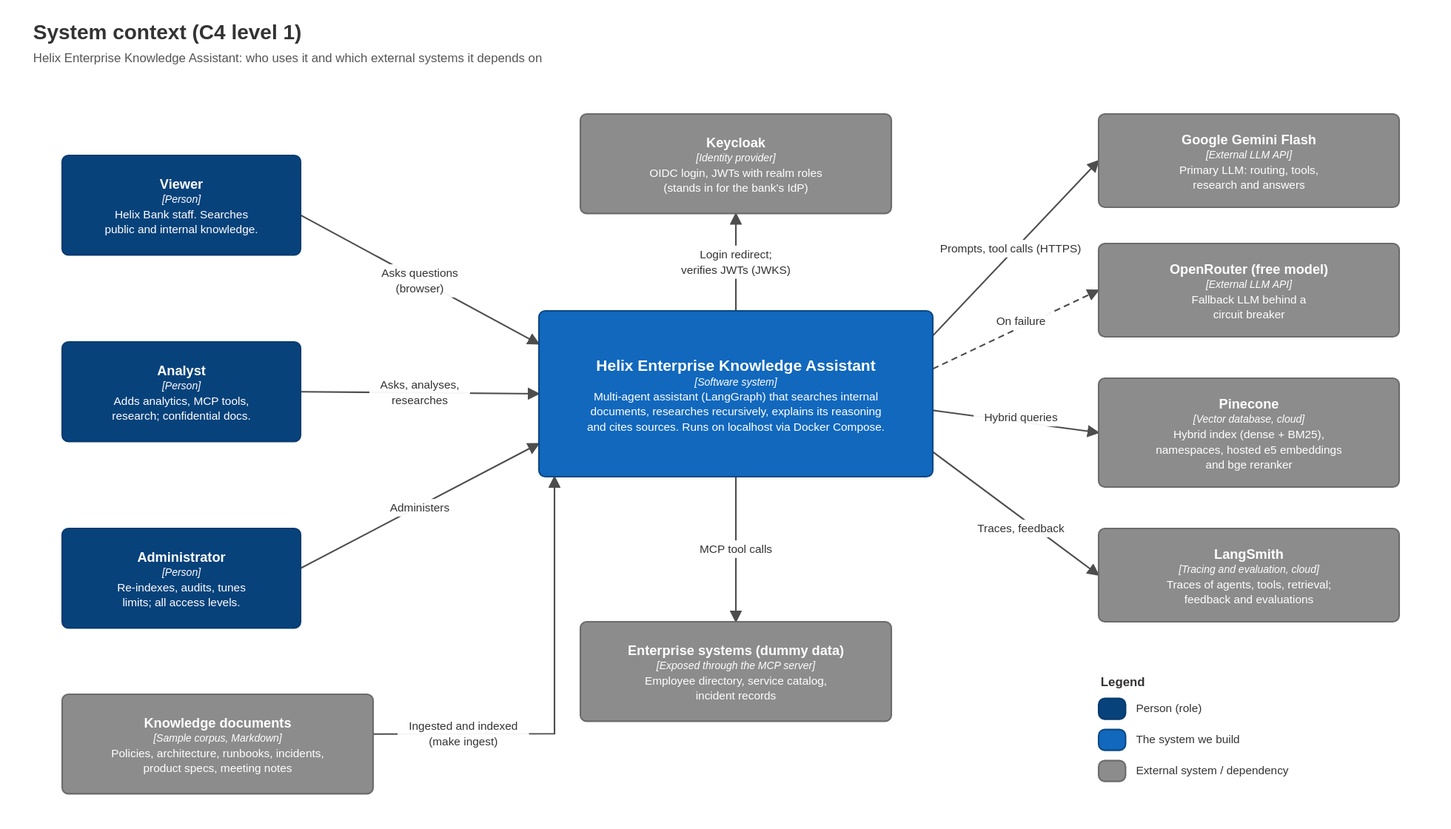
madukawala/enterprise-knowledge-agent keeps this draw.io diagram as docs/architecture/01-system-context.drawio.svg. Above is the earlier version. Source tidied: cells renumbered, new cells last; positions are measured from the earlier drawing's top-left corner, leaving out a move shared by most shapes.
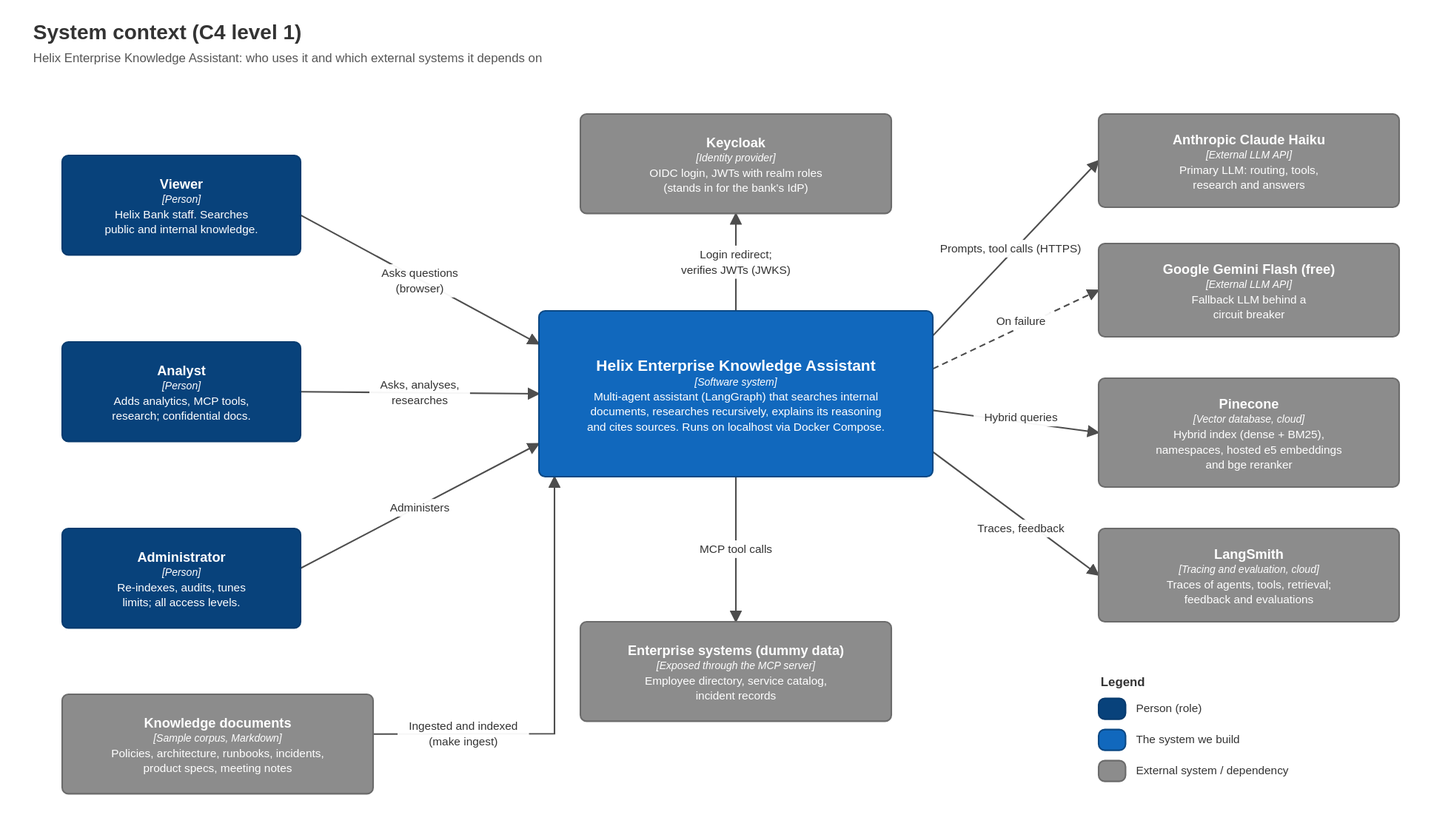
Above is the later version.

Change to the diagram source:
```diff
@@ -23,10 +23,10 @@
     <mxCell id="8" value="&lt;b&gt;Keycloak&lt;/b&gt;&lt;br&gt;&lt;i&gt;&lt;span style=&quot;font-size:10px&quot;&gt;[Identity provider]&lt;/span&gt;&lt;/i&gt;&lt;br&gt;&lt;span style=&quot;font-size:11px&quot;&gt;OIDC login, JWTs with realm roles&lt;br&gt;(stands in for the bank's IdP)&lt;/span&gt;" style="html=1;whiteSpace=wrap;fontFamily=Helvetica;fontSize=13;fontColor=#FFFFFF;rounded=1;absoluteArcSize=1;arcSize=12;fillColor=#8C8C8C;strokeColor=#6B6B6B;strokeWidth=1.5;align=center;" parent="1" vertex="1">
       <mxGeometry x="530" y="92" width="300" height="96" as="geometry" />
     </mxCell>
-    <mxCell id="9" value="&lt;b&gt;Google Gemini Flash&lt;/b&gt;&lt;br&gt;&lt;i&gt;&lt;span style=&quot;font-size:10px&quot;&gt;[External LLM API]&lt;/span&gt;&lt;/i&gt;&lt;br&gt;&lt;span style=&quot;font-size:11px&quot;&gt;Primary LLM: routing, tools,&lt;br&gt;research and answers&lt;/span&gt;" style="html=1;whiteSpace=wrap;fontFamily=Helvetica;fontSize=13;fontColor=#FFFFFF;rounded=1;absoluteArcSize=1;arcSize=12;fillColor=#8C8C8C;strokeColor=#6B6B6B;strokeWidth=1.5;align=center;" parent="1" vertex="1">
+    <mxCell id="9" value="&lt;b&gt;Anthropic Claude Haiku&lt;/b&gt;&lt;br&gt;&lt;i&gt;&lt;span style=&quot;font-size:10px&quot;&gt;[External LLM API]&lt;/span&gt;&lt;/i&gt;&lt;br&gt;&lt;span style=&quot;font-size:11px&quot;&gt;Primary LLM: routing, tools,&lt;br&gt;research and answers&lt;/span&gt;" style="html=1;whiteSpace=wrap;fontFamily=Helvetica;fontSize=13;fontColor=#FFFFFF;rounded=1;absoluteArcSize=1;arcSize=12;fillColor=#8C8C8C;strokeColor=#6B6B6B;strokeWidth=1.5;align=center;" parent="1" vertex="1">
       <mxGeometry x="1030" y="92" width="290" height="90" as="geometry" />
     </mxCell>
-    <mxCell id="10" value="&lt;b&gt;OpenRouter (free model)&lt;/b&gt;&lt;br&gt;&lt;i&gt;&lt;span style=&quot;font-size:10px&quot;&gt;[External LLM API]&lt;/span&gt;&lt;/i&gt;&lt;br&gt;&lt;span style=&quot;font-size:11px&quot;&gt;Fallback LLM behind a&lt;br&gt;circuit breaker&lt;/span&gt;" style="html=1;whiteSpace=wrap;fontFamily=Helvetica;fontSize=13;fontColor=#FFFFFF;rounded=1;absoluteArcSize=1;arcSize=12;fillColor=#8C8C8C;strokeColor=#6B6B6B;strokeWidth=1.5;align=center;" parent="1" vertex="1">
+    <mxCell id="10" value="&lt;b&gt;Google Gemini Flash (free)&lt;/b&gt;&lt;br&gt;&lt;i&gt;&lt;span style=&quot;font-size:10px&quot;&gt;[External LLM API]&lt;/span&gt;&lt;/i&gt;&lt;br&gt;&lt;span style=&quot;font-size:11px&quot;&gt;Fallback LLM behind a&lt;br&gt;circuit breaker&lt;/span&gt;" style="html=1;whiteSpace=wrap;fontFamily=Helvetica;fontSize=13;fontColor=#FFFFFF;rounded=1;absoluteArcSize=1;arcSize=12;fillColor=#8C8C8C;strokeColor=#6B6B6B;strokeWidth=1.5;align=center;" parent="1" vertex="1">
       <mxGeometry x="1030" y="217" width="290" height="90" as="geometry" />
     </mxCell>
     <mxCell id="11" value="&lt;b&gt;Pinecone&lt;/b&gt;&lt;br&gt;&lt;i&gt;&lt;span style=&quot;font-size:10px&quot;&gt;[Vector database, cloud]&lt;/span&gt;&lt;/i&gt;&lt;br&gt;&lt;span style=&quot;font-size:11px&quot;&gt;Hybrid index (dense + BM25),&lt;br&gt;namespaces, hosted e5 embeddings&lt;br&gt;and bge reranker&lt;/span&gt;" style="html=1;whiteSpace=wrap;fontFamily=Helvetica;fontSize=13;fontColor=#FFFFFF;rounded=1;absoluteArcSize=1;arcSize=12;fillColor=#8C8C8C;strokeColor=#6B6B6B;strokeWidth=1.5;align=center;" parent="1" vertex="1">
```
